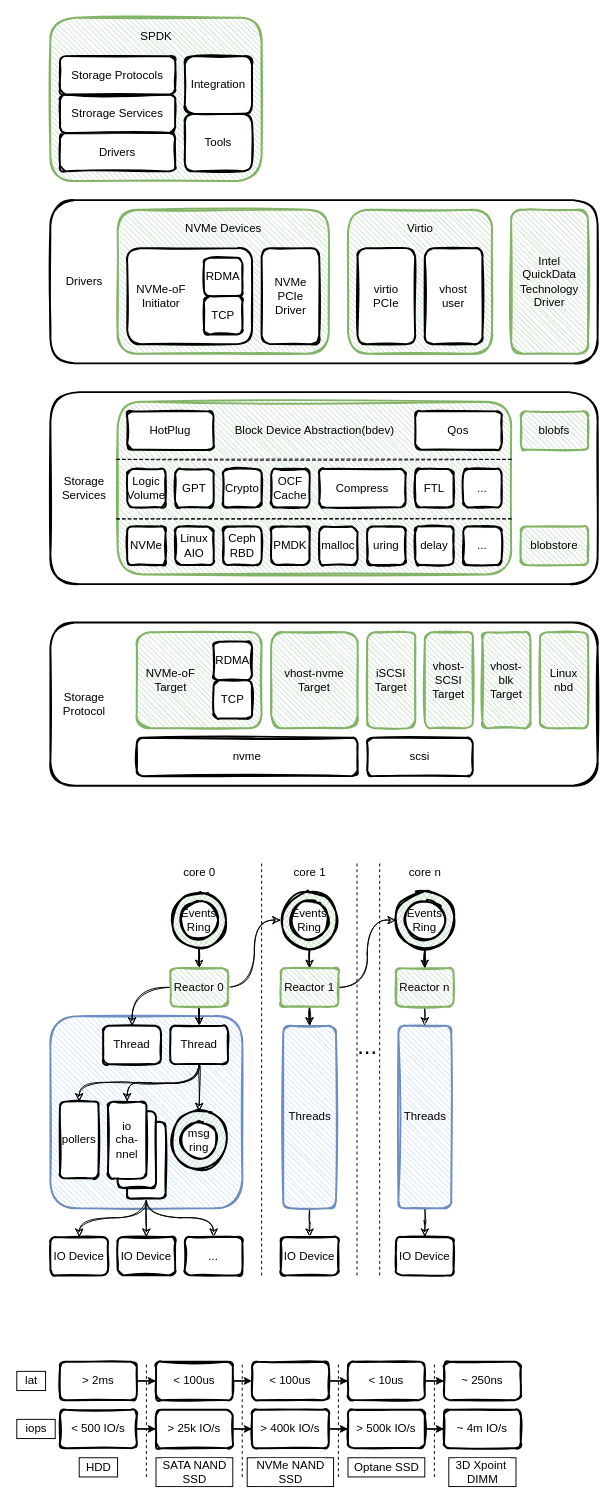
This is page "spdk" (1 of 7) of spdk/spdk.drawio from EarthWind/deeparch, a draw.io file, before an edit. Source tidied: cells renumbered, new cells numbered last; positions are measured from the earlier drawing's top-left corner, leaving out a move shared by most shapes. Both pictures are drawn from the tidied source at 96%, with x=0, y=0 at pixel (16, 17).
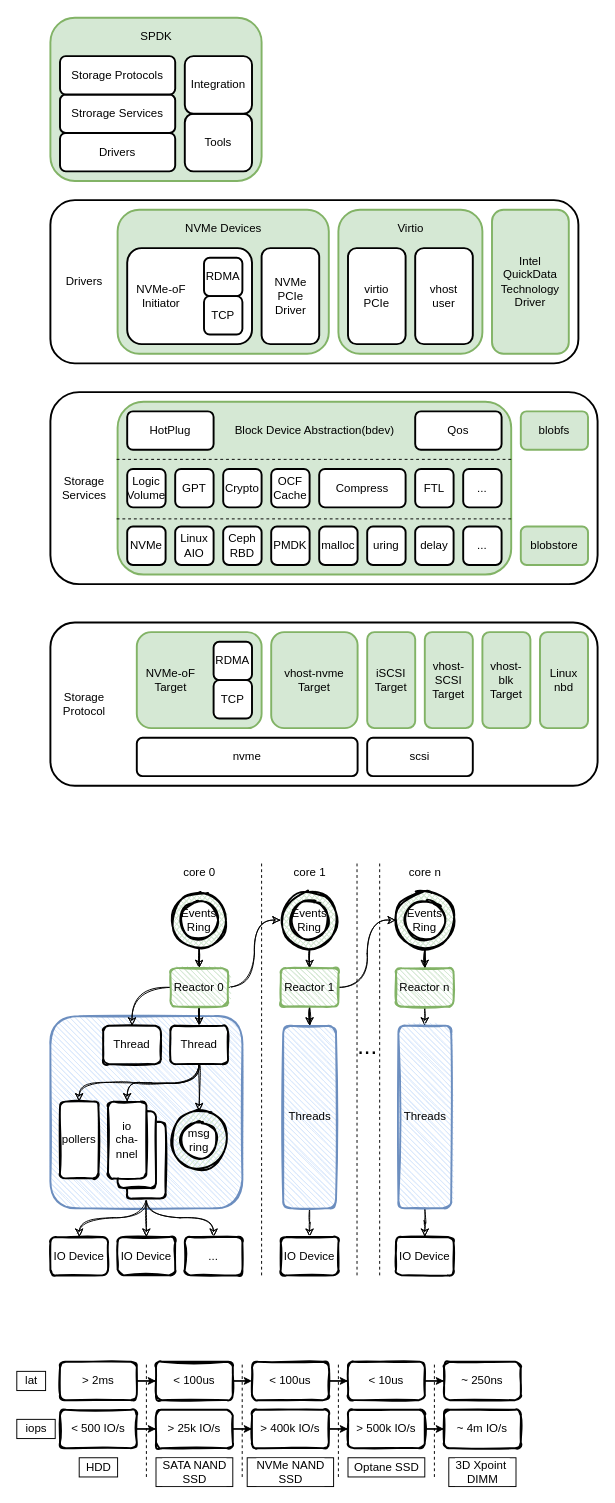
The same page after the edit.

The edit, as a diff of the source:
```diff
@@
-    <mxCell id="13" style="rounded=1;whiteSpace=wrap;html=1;strokeWidth=2;fillWeight=1;hachureGap=4;hachureAngle=45;sketch=1;fillColor=#d5e8d4;strokeColor=#82b366;" parent="1" vertex="1">
+    <mxCell id="13" style="rounded=1;whiteSpace=wrap;html=1;strokeWidth=2;fillWeight=1;hachureGap=4;hachureAngle=45;sketch=0;fillColor=#d5e8d4;strokeColor=#82b366;" parent="1" vertex="1">
       <mxGeometry x="35" width="220" height="170" as="geometry" />
     </mxCell>
-    <mxCell id="14" style="rounded=1;whiteSpace=wrap;html=1;strokeWidth=2;fillWeight=4;hachureGap=8;hachureAngle=45;sketch=1;fillColor=#FFFFFF;" parent="1" vertex="1">
-      <mxGeometry x="35" y="190" width="570" height="170" as="geometry" />
+    <mxCell id="14" style="rounded=1;whiteSpace=wrap;html=1;strokeWidth=2;fillWeight=4;hachureGap=8;hachureAngle=45;sketch=0;fillColor=#FFFFFF;" parent="1" vertex="1">
+      <mxGeometry x="35" y="190" width="550" height="170" as="geometry" />
     </mxCell>
-    <mxCell id="15" style="rounded=1;whiteSpace=wrap;html=1;strokeWidth=2;fillWeight=1;hachureGap=4;hachureAngle=45;sketch=1;fillColor=#d5e8d4;strokeColor=#82b366;" parent="1" vertex="1">
+    <mxCell id="15" style="rounded=1;whiteSpace=wrap;html=1;strokeWidth=2;fillWeight=1;hachureGap=4;hachureAngle=45;sketch=0;fillColor=#d5e8d4;strokeColor=#82b366;" parent="1" vertex="1">
       <mxGeometry x="105" y="200" width="220" height="150" as="geometry" />
     </mxCell>
-    <mxCell id="16" style="rounded=1;whiteSpace=wrap;html=1;strokeWidth=2;fillWeight=4;hachureGap=8;hachureAngle=45;sketch=1;fillColor=#FFFFFF;" parent="1" vertex="1">
+    <mxCell id="16" style="rounded=1;whiteSpace=wrap;html=1;strokeWidth=2;fillWeight=4;hachureGap=8;hachureAngle=45;sketch=0;fillColor=#FFFFFF;" parent="1" vertex="1">
       <mxGeometry x="115" y="240" width="130" height="100" as="geometry" />
     </mxCell>
-    <mxCell id="17" style="rounded=1;whiteSpace=wrap;html=1;strokeWidth=2;fillWeight=4;hachureGap=8;hachureAngle=45;sketch=1;fillColor=#FFFFFF;" parent="1" vertex="1">
+    <mxCell id="17" style="rounded=1;whiteSpace=wrap;html=1;strokeWidth=2;fillWeight=4;hachureGap=8;hachureAngle=45;sketch=0;fillColor=#FFFFFF;" parent="1" vertex="1">
       <mxGeometry x="35" y="390" width="570" height="200" as="geometry" />
     </mxCell>
-    <mxCell id="18" value="RDMA" style="rounded=1;whiteSpace=wrap;html=1;strokeWidth=2;fillWeight=4;hachureGap=8;hachureAngle=45;sketch=1;fillColor=#FFFFFF;" parent="1" vertex="1">
+    <mxCell id="18" value="RDMA" style="rounded=1;whiteSpace=wrap;html=1;strokeWidth=2;fillWeight=4;hachureGap=8;hachureAngle=45;sketch=0;fillColor=#FFFFFF;" parent="1" vertex="1">
       <mxGeometry x="195" y="250" width="40" height="40" as="geometry" />
     </mxCell>
-    <mxCell id="19" value="TCP" style="rounded=1;whiteSpace=wrap;html=1;strokeWidth=2;fillWeight=4;hachureGap=8;hachureAngle=45;sketch=1;fillColor=#FFFFFF;" parent="1" vertex="1">
+    <mxCell id="19" value="TCP" style="rounded=1;whiteSpace=wrap;html=1;strokeWidth=2;fillWeight=4;hachureGap=8;hachureAngle=45;sketch=0;fillColor=#FFFFFF;" parent="1" vertex="1">
       <mxGeometry x="195" y="290" width="40" height="40" as="geometry" />
     </mxCell>
@@
-    <mxCell id="21" style="rounded=1;whiteSpace=wrap;html=1;strokeWidth=2;fillWeight=4;hachureGap=8;hachureAngle=45;sketch=1;fillColor=#FFFFFF;" parent="1" vertex="1">
+    <mxCell id="21" style="rounded=1;whiteSpace=wrap;html=1;strokeWidth=2;fillWeight=4;hachureGap=8;hachureAngle=45;sketch=0;fillColor=#FFFFFF;" parent="1" vertex="1">
       <mxGeometry x="255" y="240" width="60" height="100" as="geometry" />
     </mxCell>
@@
-    <mxCell id="24" style="rounded=1;whiteSpace=wrap;html=1;strokeWidth=2;fillWeight=1;hachureGap=4;hachureAngle=45;sketch=1;fillColor=#d5e8d4;strokeColor=#82b366;" parent="1" vertex="1">
-      <mxGeometry x="345" y="200" width="150" height="150" as="geometry" />
+    <mxCell id="24" style="rounded=1;whiteSpace=wrap;html=1;strokeWidth=2;fillWeight=1;hachureGap=4;hachureAngle=45;sketch=0;fillColor=#d5e8d4;strokeColor=#82b366;" parent="1" vertex="1">
+      <mxGeometry x="335" y="200" width="150" height="150" as="geometry" />
     </mxCell>
     <mxCell id="25" value="Virtio" style="text;html=1;align=center;verticalAlign=middle;strokeColor=none;" parent="1" vertex="1">
-      <mxGeometry x="400" y="210" width="40" height="20" as="geometry" />
+      <mxGeometry x="390" y="210" width="40" height="20" as="geometry" />
     </mxCell>
-    <mxCell id="26" value="virtio&lt;br&gt;PCIe" style="rounded=1;whiteSpace=wrap;html=1;strokeWidth=2;fillWeight=4;hachureGap=8;hachureAngle=45;sketch=1;fillColor=#FFFFFF;" parent="1" vertex="1">
-      <mxGeometry x="355" y="240" width="60" height="100" as="geometry" />
+    <mxCell id="26" value="virtio&lt;br&gt;PCIe" style="rounded=1;whiteSpace=wrap;html=1;strokeWidth=2;fillWeight=4;hachureGap=8;hachureAngle=45;sketch=0;fillColor=#FFFFFF;" parent="1" vertex="1">
+      <mxGeometry x="345" y="240" width="60" height="100" as="geometry" />
     </mxCell>
-    <mxCell id="27" value="vhost&lt;br&gt;user" style="rounded=1;whiteSpace=wrap;html=1;strokeWidth=2;fillWeight=4;hachureGap=8;hachureAngle=45;sketch=1;fillColor=#FFFFFF;" parent="1" vertex="1">
-      <mxGeometry x="425" y="240" width="60" height="100" as="geometry" />
+    <mxCell id="27" value="vhost&lt;br&gt;user" style="rounded=1;whiteSpace=wrap;html=1;strokeWidth=2;fillWeight=4;hachureGap=8;hachureAngle=45;sketch=0;fillColor=#FFFFFF;" parent="1" vertex="1">
+      <mxGeometry x="415" y="240" width="60" height="100" as="geometry" />
     </mxCell>
-    <mxCell id="28" value="Intel&lt;br&gt;QuickData&lt;br&gt;Technology&lt;br&gt;Driver" style="rounded=1;whiteSpace=wrap;html=1;strokeWidth=2;fillWeight=1;hachureGap=4;hachureAngle=45;sketch=1;fillColor=#d5e8d4;strokeColor=#82b366;" parent="1" vertex="1">
-      <mxGeometry x="515" y="200" width="80" height="150" as="geometry" />
+    <mxCell id="28" value="Intel&lt;br&gt;QuickData&lt;br&gt;Technology&lt;br&gt;Driver" style="rounded=1;whiteSpace=wrap;html=1;strokeWidth=2;fillWeight=1;hachureGap=4;hachureAngle=45;sketch=0;fillColor=#d5e8d4;strokeColor=#82b366;" parent="1" vertex="1">
+      <mxGeometry x="495" y="200" width="80" height="150" as="geometry" />
     </mxCell>
@@
-    <mxCell id="30" value="Drivers" style="rounded=1;whiteSpace=wrap;html=1;strokeWidth=2;fillWeight=4;hachureGap=8;hachureAngle=45;sketch=1;fillColor=#FFFFFF;" parent="1" vertex="1">
+    <mxCell id="30" value="Drivers" style="rounded=1;whiteSpace=wrap;html=1;strokeWidth=2;fillWeight=4;hachureGap=8;hachureAngle=45;sketch=0;fillColor=#FFFFFF;" parent="1" vertex="1">
       <mxGeometry x="45" y="120" width="120" height="40" as="geometry" />
     </mxCell>
-    <mxCell id="31" value="Strorage Services" style="rounded=1;whiteSpace=wrap;html=1;strokeWidth=2;fillWeight=4;hachureGap=8;hachureAngle=45;sketch=1;fillColor=#FFFFFF;" parent="1" vertex="1">
+    <mxCell id="31" value="Strorage Services" style="rounded=1;whiteSpace=wrap;html=1;strokeWidth=2;fillWeight=4;hachureGap=8;hachureAngle=45;sketch=0;fillColor=#FFFFFF;" parent="1" vertex="1">
       <mxGeometry x="45" y="80" width="120" height="40" as="geometry" />
     </mxCell>
-    <mxCell id="32" value="Storage Protocols" style="rounded=1;whiteSpace=wrap;html=1;strokeWidth=2;fillWeight=4;hachureGap=8;hachureAngle=45;sketch=1;fillColor=#FFFFFF;" parent="1" vertex="1">
+    <mxCell id="32" value="Storage Protocols" style="rounded=1;whiteSpace=wrap;html=1;strokeWidth=2;fillWeight=4;hachureGap=8;hachureAngle=45;sketch=0;fillColor=#FFFFFF;" parent="1" vertex="1">
       <mxGeometry x="45" y="40" width="120" height="40" as="geometry" />
     </mxCell>
-    <mxCell id="33" value="Tools" style="rounded=1;whiteSpace=wrap;html=1;strokeWidth=2;fillWeight=4;hachureGap=8;hachureAngle=45;sketch=1;fillColor=#FFFFFF;" parent="1" vertex="1">
+    <mxCell id="33" value="Tools" style="rounded=1;whiteSpace=wrap;html=1;strokeWidth=2;fillWeight=4;hachureGap=8;hachureAngle=45;sketch=0;fillColor=#FFFFFF;" parent="1" vertex="1">
       <mxGeometry x="175" y="100" width="70" height="60" as="geometry" />
     </mxCell>
-    <mxCell id="34" value="Integration" style="rounded=1;whiteSpace=wrap;html=1;strokeWidth=2;fillWeight=4;hachureGap=8;hachureAngle=45;sketch=1;fillColor=#FFFFFF;" parent="1" vertex="1">
+    <mxCell id="34" value="Integration" style="rounded=1;whiteSpace=wrap;html=1;strokeWidth=2;fillWeight=4;hachureGap=8;hachureAngle=45;sketch=0;fillColor=#FFFFFF;" parent="1" vertex="1">
       <mxGeometry x="175" y="40" width="70" height="60" as="geometry" />
     </mxCell>
@@
-    <mxCell id="36" style="rounded=1;whiteSpace=wrap;html=1;strokeWidth=2;fillWeight=1;hachureGap=4;hachureAngle=45;sketch=1;fillColor=#d5e8d4;strokeColor=#82b366;" parent="1" vertex="1">
+    <mxCell id="36" style="rounded=1;whiteSpace=wrap;html=1;strokeWidth=2;fillWeight=1;hachureGap=4;hachureAngle=45;sketch=0;fillColor=#d5e8d4;strokeColor=#82b366;" parent="1" vertex="1">
       <mxGeometry x="105" y="400" width="410" height="180" as="geometry" />
     </mxCell>
-    <mxCell id="37" value="NVMe" style="rounded=1;whiteSpace=wrap;html=1;strokeWidth=2;fillWeight=4;hachureGap=8;hachureAngle=45;sketch=1;fillColor=#FFFFFF;" parent="1" vertex="1">
+    <mxCell id="37" value="NVMe" style="rounded=1;whiteSpace=wrap;html=1;strokeWidth=2;fillWeight=4;hachureGap=8;hachureAngle=45;sketch=0;fillColor=#FFFFFF;" parent="1" vertex="1">
       <mxGeometry x="115" y="530" width="40" height="40" as="geometry" />
     </mxCell>
-    <mxCell id="38" value="Linux&lt;br&gt;AIO" style="rounded=1;whiteSpace=wrap;html=1;strokeWidth=2;fillWeight=4;hachureGap=8;hachureAngle=45;sketch=1;fillColor=#FFFFFF;" parent="1" vertex="1">
+    <mxCell id="38" value="Linux&lt;br&gt;AIO" style="rounded=1;whiteSpace=wrap;html=1;strokeWidth=2;fillWeight=4;hachureGap=8;hachureAngle=45;sketch=0;fillColor=#FFFFFF;" parent="1" vertex="1">
       <mxGeometry x="165" y="530" width="40" height="40" as="geometry" />
     </mxCell>
-    <mxCell id="39" value="Ceph&lt;br&gt;RBD" style="rounded=1;whiteSpace=wrap;html=1;strokeWidth=2;fillWeight=4;hachureGap=8;hachureAngle=45;sketch=1;fillColor=#FFFFFF;" parent="1" vertex="1">
+    <mxCell id="39" value="Ceph&lt;br&gt;RBD" style="rounded=1;whiteSpace=wrap;html=1;strokeWidth=2;fillWeight=4;hachureGap=8;hachureAngle=45;sketch=0;fillColor=#FFFFFF;" parent="1" vertex="1">
       <mxGeometry x="215" y="530" width="40" height="40" as="geometry" />
     </mxCell>
-    <mxCell id="40" value="PMDK" style="rounded=1;whiteSpace=wrap;html=1;strokeWidth=2;fillWeight=4;hachureGap=8;hachureAngle=45;sketch=1;fillColor=#FFFFFF;" parent="1" vertex="1">
+    <mxCell id="40" value="PMDK" style="rounded=1;whiteSpace=wrap;html=1;strokeWidth=2;fillWeight=4;hachureGap=8;hachureAngle=45;sketch=0;fillColor=#FFFFFF;" parent="1" vertex="1">
       <mxGeometry x="265" y="530" width="40" height="40" as="geometry" />
     </mxCell>
-    <mxCell id="41" value="malloc" style="rounded=1;whiteSpace=wrap;html=1;strokeWidth=2;fillWeight=4;hachureGap=8;hachureAngle=45;sketch=1;fillColor=#FFFFFF;" parent="1" vertex="1">
+    <mxCell id="41" value="malloc" style="rounded=1;whiteSpace=wrap;html=1;strokeWidth=2;fillWeight=4;hachureGap=8;hachureAngle=45;sketch=0;fillColor=#FFFFFF;" parent="1" vertex="1">
       <mxGeometry x="315" y="530" width="40" height="40" as="geometry" />
     </mxCell>
-    <mxCell id="42" value="uring" style="rounded=1;whiteSpace=wrap;html=1;strokeWidth=2;fillWeight=4;hachureGap=8;hachureAngle=45;sketch=1;fillColor=#FFFFFF;" parent="1" vertex="1">
+    <mxCell id="42" value="uring" style="rounded=1;whiteSpace=wrap;html=1;strokeWidth=2;fillWeight=4;hachureGap=8;hachureAngle=45;sketch=0;fillColor=#FFFFFF;" parent="1" vertex="1">
       <mxGeometry x="365" y="530" width="40" height="40" as="geometry" />
     </mxCell>
-    <mxCell id="43" value="delay" style="rounded=1;whiteSpace=wrap;html=1;strokeWidth=2;fillWeight=4;hachureGap=8;hachureAngle=45;sketch=1;fillColor=#FFFFFF;" parent="1" vertex="1">
+    <mxCell id="43" value="delay" style="rounded=1;whiteSpace=wrap;html=1;strokeWidth=2;fillWeight=4;hachureGap=8;hachureAngle=45;sketch=0;fillColor=#FFFFFF;" parent="1" vertex="1">
       <mxGeometry x="415" y="530" width="40" height="40" as="geometry" />
     </mxCell>
-    <mxCell id="44" value="..." style="rounded=1;whiteSpace=wrap;html=1;strokeWidth=2;fillWeight=4;hachureGap=8;hachureAngle=45;sketch=1;fillColor=#FFFFFF;" parent="1" vertex="1">
+    <mxCell id="44" value="..." style="rounded=1;whiteSpace=wrap;html=1;strokeWidth=2;fillWeight=4;hachureGap=8;hachureAngle=45;sketch=0;fillColor=#FFFFFF;" parent="1" vertex="1">
       <mxGeometry x="465" y="530" width="40" height="40" as="geometry" />
     </mxCell>
-    <mxCell id="45" value="blobfs" style="rounded=1;whiteSpace=wrap;html=1;strokeWidth=2;fillWeight=1;hachureGap=4;hachureAngle=45;sketch=1;fillColor=#d5e8d4;strokeColor=#82b366;" parent="1" vertex="1">
+    <mxCell id="45" value="blobfs" style="rounded=1;whiteSpace=wrap;html=1;strokeWidth=2;fillWeight=1;hachureGap=4;hachureAngle=45;sketch=0;fillColor=#d5e8d4;strokeColor=#82b366;" parent="1" vertex="1">
       <mxGeometry x="525" y="410" width="70" height="40" as="geometry" />
     </mxCell>
-    <mxCell id="46" value="blobstore" style="rounded=1;whiteSpace=wrap;html=1;strokeWidth=2;fillWeight=1;hachureGap=4;hachureAngle=45;sketch=1;fillColor=#d5e8d4;strokeColor=#82b366;" parent="1" vertex="1">
+    <mxCell id="46" value="blobstore" style="rounded=1;whiteSpace=wrap;html=1;strokeWidth=2;fillWeight=1;hachureGap=4;hachureAngle=45;sketch=0;fillColor=#d5e8d4;strokeColor=#82b366;" parent="1" vertex="1">
       <mxGeometry x="525" y="530" width="70" height="40" as="geometry" />
     </mxCell>
-    <mxCell id="47" style="endArrow=none;dashed=1;html=1;sketch=1;" parent="1" edge="1">
+    <mxCell id="47" style="endArrow=none;dashed=1;html=1;sketch=0;" parent="1" edge="1">
       <mxGeometry relative="1" as="geometry">
         <mxPoint x="104" y="522" as="sourcePoint" />
         <mxPoint x="515" y="522" as="targetPoint" />
       </mxGeometry>
     </mxCell>
-    <mxCell id="48" value="Logic&lt;br&gt;Volume" style="rounded=1;whiteSpace=wrap;html=1;strokeWidth=2;fillWeight=4;hachureGap=8;hachureAngle=45;sketch=1;fillColor=#FFFFFF;" parent="1" vertex="1">
+    <mxCell id="48" value="Logic&lt;br&gt;Volume" style="rounded=1;whiteSpace=wrap;html=1;strokeWidth=2;fillWeight=4;hachureGap=8;hachureAngle=45;sketch=0;fillColor=#FFFFFF;" parent="1" vertex="1">
       <mxGeometry x="115" y="470" width="40" height="40" as="geometry" />
     </mxCell>
-    <mxCell id="49" value="GPT" style="rounded=1;whiteSpace=wrap;html=1;strokeWidth=2;fillWeight=4;hachureGap=8;hachureAngle=45;sketch=1;fillColor=#FFFFFF;" parent="1" vertex="1">
+    <mxCell id="49" value="GPT" style="rounded=1;whiteSpace=wrap;html=1;strokeWidth=2;fillWeight=4;hachureGap=8;hachureAngle=45;sketch=0;fillColor=#FFFFFF;" parent="1" vertex="1">
       <mxGeometry x="165" y="470" width="40" height="40" as="geometry" />
     </mxCell>
-    <mxCell id="50" value="Crypto" style="rounded=1;whiteSpace=wrap;html=1;strokeWidth=2;fillWeight=4;hachureGap=8;hachureAngle=45;sketch=1;fillColor=#FFFFFF;" parent="1" vertex="1">
+    <mxCell id="50" value="Crypto" style="rounded=1;whiteSpace=wrap;html=1;strokeWidth=2;fillWeight=4;hachureGap=8;hachureAngle=45;sketch=0;fillColor=#FFFFFF;" parent="1" vertex="1">
       <mxGeometry x="215" y="470" width="40" height="40" as="geometry" />
     </mxCell>
-    <mxCell id="51" value="OCF&lt;br&gt;Cache" style="rounded=1;whiteSpace=wrap;html=1;strokeWidth=2;fillWeight=4;hachureGap=8;hachureAngle=45;sketch=1;fillColor=#FFFFFF;" parent="1" vertex="1">
+    <mxCell id="51" value="OCF&lt;br&gt;Cache" style="rounded=1;whiteSpace=wrap;html=1;strokeWidth=2;fillWeight=4;hachureGap=8;hachureAngle=45;sketch=0;fillColor=#FFFFFF;" parent="1" vertex="1">
       <mxGeometry x="265" y="470" width="40" height="40" as="geometry" />
     </mxCell>
-    <mxCell id="52" value="Compress" style="rounded=1;whiteSpace=wrap;html=1;strokeWidth=2;fillWeight=4;hachureGap=8;hachureAngle=45;sketch=1;fillColor=#FFFFFF;" parent="1" vertex="1">
+    <mxCell id="52" value="Compress" style="rounded=1;whiteSpace=wrap;html=1;strokeWidth=2;fillWeight=4;hachureGap=8;hachureAngle=45;sketch=0;fillColor=#FFFFFF;" parent="1" vertex="1">
       <mxGeometry x="315" y="470" width="90" height="40" as="geometry" />
     </mxCell>
-    <mxCell id="53" value="FTL" style="rounded=1;whiteSpace=wrap;html=1;strokeWidth=2;fillWeight=4;hachureGap=8;hachureAngle=45;sketch=1;fillColor=#FFFFFF;" parent="1" vertex="1">
+    <mxCell id="53" value="FTL" style="rounded=1;whiteSpace=wrap;html=1;strokeWidth=2;fillWeight=4;hachureGap=8;hachureAngle=45;sketch=0;fillColor=#FFFFFF;" parent="1" vertex="1">
       <mxGeometry x="415" y="470" width="40" height="40" as="geometry" />
     </mxCell>
-    <mxCell id="54" value="..." style="rounded=1;whiteSpace=wrap;html=1;strokeWidth=2;fillWeight=4;hachureGap=8;hachureAngle=45;sketch=1;fillColor=#FFFFFF;" parent="1" vertex="1">
+    <mxCell id="54" value="..." style="rounded=1;whiteSpace=wrap;html=1;strokeWidth=2;fillWeight=4;hachureGap=8;hachureAngle=45;sketch=0;fillColor=#FFFFFF;" parent="1" vertex="1">
       <mxGeometry x="465" y="470" width="40" height="40" as="geometry" />
     </mxCell>
-    <mxCell id="55" value="HotPlug" style="rounded=1;whiteSpace=wrap;html=1;strokeWidth=2;fillWeight=4;hachureGap=8;hachureAngle=45;sketch=1;fillColor=#FFFFFF;" parent="1" vertex="1">
+    <mxCell id="55" value="HotPlug" style="rounded=1;whiteSpace=wrap;html=1;strokeWidth=2;fillWeight=4;hachureGap=8;hachureAngle=45;sketch=0;fillColor=#FFFFFF;" parent="1" vertex="1">
       <mxGeometry x="115" y="410" width="90" height="40" as="geometry" />
     </mxCell>
-    <mxCell id="56" style="endArrow=none;dashed=1;html=1;sketch=1;" parent="1" edge="1">
+    <mxCell id="56" style="endArrow=none;dashed=1;html=1;sketch=0;" parent="1" edge="1">
       <mxGeometry relative="1" as="geometry">
         <mxPoint x="104" y="460" as="sourcePoint" />
         <mxPoint x="515" y="460" as="targetPoint" />
       </mxGeometry>
     </mxCell>
-    <mxCell id="57" value="Qos" style="rounded=1;whiteSpace=wrap;html=1;strokeWidth=2;fillWeight=4;hachureGap=8;hachureAngle=45;sketch=1;fillColor=#FFFFFF;" parent="1" vertex="1">
+    <mxCell id="57" value="Qos" style="rounded=1;whiteSpace=wrap;html=1;strokeWidth=2;fillWeight=4;hachureGap=8;hachureAngle=45;sketch=0;fillColor=#FFFFFF;" parent="1" vertex="1">
       <mxGeometry x="415" y="410" width="90" height="40" as="geometry" />
     </mxCell>
@@
-    <mxCell id="60" style="rounded=1;whiteSpace=wrap;html=1;strokeWidth=2;fillWeight=4;hachureGap=8;hachureAngle=45;sketch=1;fillColor=#FFFFFF;" parent="1" vertex="1">
+    <mxCell id="60" style="rounded=1;whiteSpace=wrap;html=1;strokeWidth=2;fillWeight=4;hachureGap=8;hachureAngle=45;sketch=0;fillColor=#FFFFFF;" parent="1" vertex="1">
       <mxGeometry x="35" y="630" width="570" height="170" as="geometry" />
     </mxCell>
-    <mxCell id="61" style="rounded=1;whiteSpace=wrap;html=1;strokeWidth=2;fillWeight=1;hachureGap=4;hachureAngle=45;sketch=1;fillColor=#d5e8d4;strokeColor=#82b366;" parent="1" vertex="1">
+    <mxCell id="61" style="rounded=1;whiteSpace=wrap;html=1;strokeWidth=2;fillWeight=1;hachureGap=4;hachureAngle=45;sketch=0;fillColor=#d5e8d4;strokeColor=#82b366;" parent="1" vertex="1">
       <mxGeometry x="125" y="640" width="130" height="100" as="geometry" />
     </mxCell>
-    <mxCell id="62" value="RDMA" style="rounded=1;whiteSpace=wrap;html=1;strokeWidth=2;fillWeight=4;hachureGap=8;hachureAngle=45;sketch=1;fillColor=#FFFFFF;" parent="1" vertex="1">
+    <mxCell id="62" value="RDMA" style="rounded=1;whiteSpace=wrap;html=1;strokeWidth=2;fillWeight=4;hachureGap=8;hachureAngle=45;sketch=0;fillColor=#FFFFFF;" parent="1" vertex="1">
       <mxGeometry x="205" y="650" width="40" height="40" as="geometry" />
     </mxCell>
-    <mxCell id="63" value="TCP" style="rounded=1;whiteSpace=wrap;html=1;strokeWidth=2;fillWeight=4;hachureGap=8;hachureAngle=45;sketch=1;fillColor=#FFFFFF;" parent="1" vertex="1">
+    <mxCell id="63" value="TCP" style="rounded=1;whiteSpace=wrap;html=1;strokeWidth=2;fillWeight=4;hachureGap=8;hachureAngle=45;sketch=0;fillColor=#FFFFFF;" parent="1" vertex="1">
       <mxGeometry x="205" y="690" width="40" height="40" as="geometry" />
     </mxCell>
@@
-    <mxCell id="65" value="vhost-nvme&lt;br&gt;Target" style="rounded=1;whiteSpace=wrap;html=1;strokeWidth=2;fillWeight=1;hachureGap=4;hachureAngle=45;sketch=1;fillColor=#d5e8d4;strokeColor=#82b366;" parent="1" vertex="1">
+    <mxCell id="65" value="vhost-nvme&lt;br&gt;Target" style="rounded=1;whiteSpace=wrap;html=1;strokeWidth=2;fillWeight=1;hachureGap=4;hachureAngle=45;sketch=0;fillColor=#d5e8d4;strokeColor=#82b366;" parent="1" vertex="1">
       <mxGeometry x="265" y="640" width="90" height="100" as="geometry" />
     </mxCell>
-    <mxCell id="66" value="nvme" style="rounded=1;whiteSpace=wrap;html=1;strokeWidth=2;fillWeight=4;hachureGap=8;hachureAngle=45;sketch=1;fillColor=#FFFFFF;" parent="1" vertex="1">
+    <mxCell id="66" value="nvme" style="rounded=1;whiteSpace=wrap;html=1;strokeWidth=2;fillWeight=4;hachureGap=8;hachureAngle=45;sketch=0;fillColor=#FFFFFF;" parent="1" vertex="1">
       <mxGeometry x="125" y="750" width="230" height="40" as="geometry" />
     </mxCell>
-    <mxCell id="67" value="scsi" style="rounded=1;whiteSpace=wrap;html=1;strokeWidth=2;fillWeight=4;hachureGap=8;hachureAngle=45;sketch=1;fillColor=#FFFFFF;" parent="1" vertex="1">
+    <mxCell id="67" value="scsi" style="rounded=1;whiteSpace=wrap;html=1;strokeWidth=2;fillWeight=4;hachureGap=8;hachureAngle=45;sketch=0;fillColor=#FFFFFF;" parent="1" vertex="1">
       <mxGeometry x="365" y="750" width="110" height="40" as="geometry" />
     </mxCell>
-    <mxCell id="68" value="iSCSI&lt;br&gt;Target" style="rounded=1;whiteSpace=wrap;html=1;strokeWidth=2;fillWeight=1;hachureGap=4;hachureAngle=45;sketch=1;fillColor=#d5e8d4;strokeColor=#82b366;" parent="1" vertex="1">
+    <mxCell id="68" value="iSCSI&lt;br&gt;Target" style="rounded=1;whiteSpace=wrap;html=1;strokeWidth=2;fillWeight=1;hachureGap=4;hachureAngle=45;sketch=0;fillColor=#d5e8d4;strokeColor=#82b366;" parent="1" vertex="1">
       <mxGeometry x="365" y="640" width="50" height="100" as="geometry" />
     </mxCell>
-    <mxCell id="69" value="vhost-SCSI&lt;br&gt;Target" style="rounded=1;whiteSpace=wrap;html=1;strokeWidth=2;fillWeight=1;hachureGap=4;hachureAngle=45;sketch=1;fillColor=#d5e8d4;strokeColor=#82b366;" parent="1" vertex="1">
+    <mxCell id="69" value="vhost-SCSI&lt;br&gt;Target" style="rounded=1;whiteSpace=wrap;html=1;strokeWidth=2;fillWeight=1;hachureGap=4;hachureAngle=45;sketch=0;fillColor=#d5e8d4;strokeColor=#82b366;" parent="1" vertex="1">
       <mxGeometry x="425" y="640" width="50" height="100" as="geometry" />
     </mxCell>
-    <mxCell id="70" value="vhost-blk&lt;br&gt;Target" style="rounded=1;whiteSpace=wrap;html=1;strokeWidth=2;fillWeight=1;hachureGap=4;hachureAngle=45;sketch=1;fillColor=#d5e8d4;strokeColor=#82b366;" parent="1" vertex="1">
+    <mxCell id="70" value="vhost-blk&lt;br&gt;Target" style="rounded=1;whiteSpace=wrap;html=1;strokeWidth=2;fillWeight=1;hachureGap=4;hachureAngle=45;sketch=0;fillColor=#d5e8d4;strokeColor=#82b366;" parent="1" vertex="1">
       <mxGeometry x="485" y="640" width="50" height="100" as="geometry" />
     </mxCell>
-    <mxCell id="71" value="Linux&lt;br&gt;nbd" style="rounded=1;whiteSpace=wrap;html=1;strokeWidth=2;fillWeight=1;hachureGap=4;hachureAngle=45;sketch=1;fillColor=#d5e8d4;strokeColor=#82b366;" parent="1" vertex="1">
+    <mxCell id="71" value="Linux&lt;br&gt;nbd" style="rounded=1;whiteSpace=wrap;html=1;strokeWidth=2;fillWeight=1;hachureGap=4;hachureAngle=45;sketch=0;fillColor=#d5e8d4;strokeColor=#82b366;" parent="1" vertex="1">
       <mxGeometry x="545" y="640" width="50" height="100" as="geometry" />
     </mxCell>
```
